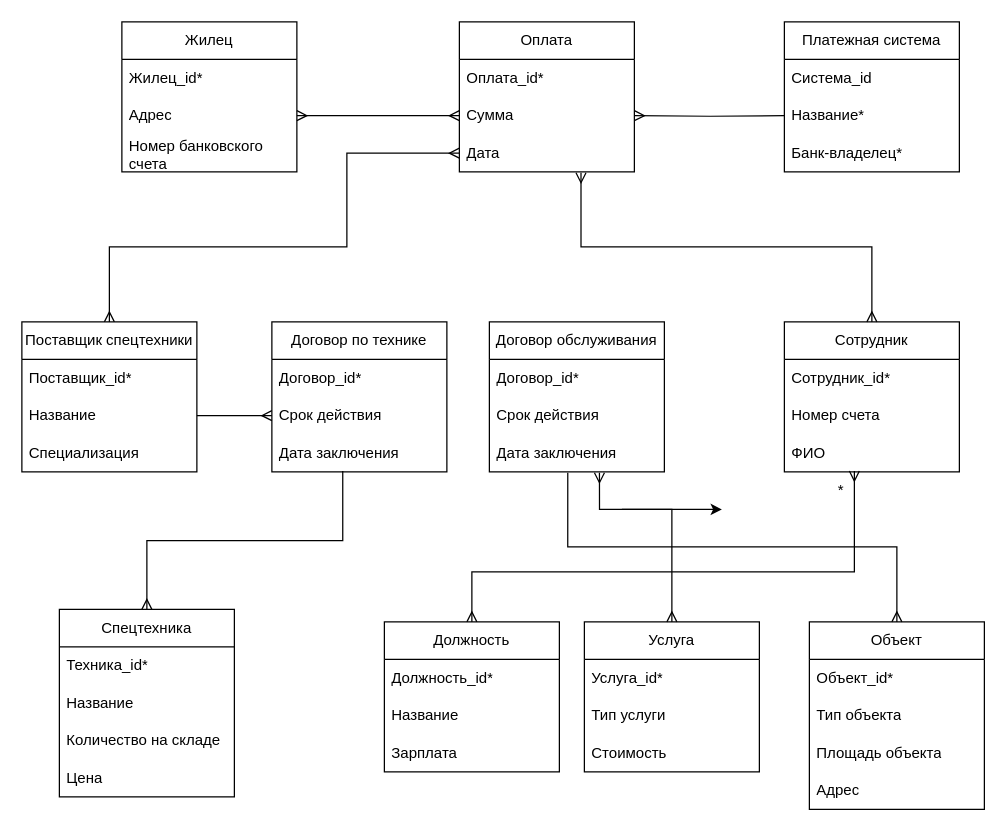
The draw.io diagram Untitled Diagram.drawio in Skullerd2/Test, before the edit. Source tidied: cells renumbered, new cells numbered last; positions are measured from the earlier drawing's top-left corner, leaving out a move shared by most shapes. Both pictures are drawn from the tidied source at 125%, with x=0, y=0 at pixel (21, 21).
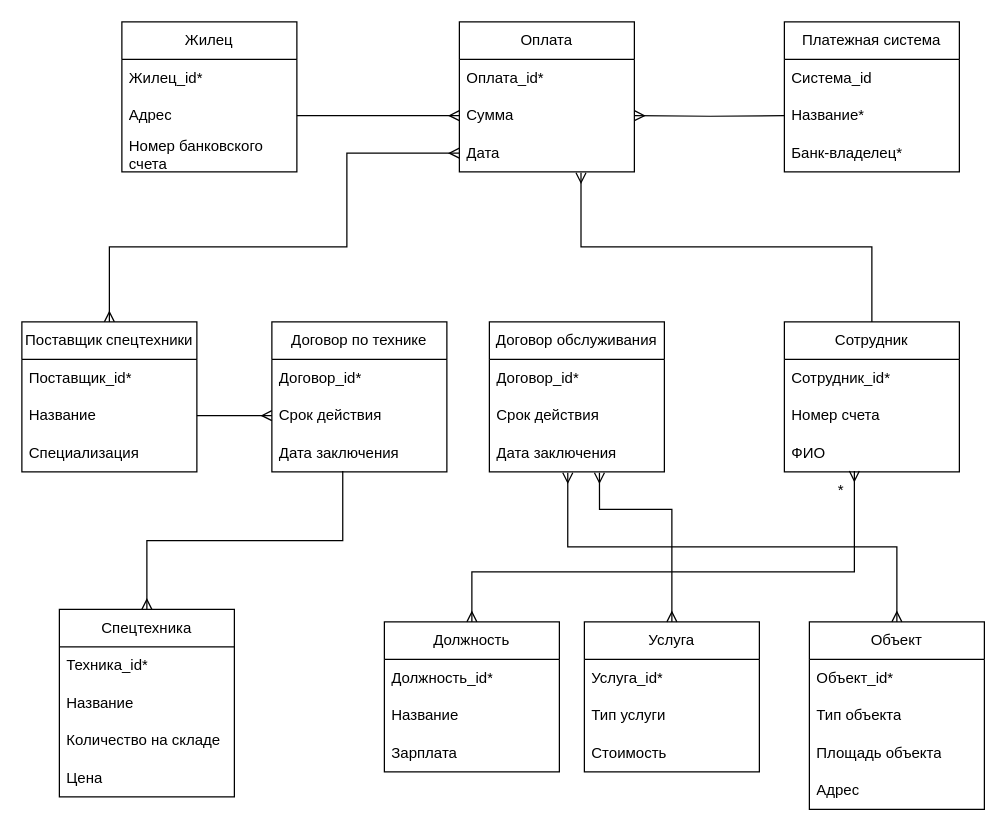
The same page after the edit.

Unchanged cells that the change refers to:
```xml
<mxCell id="4" value="Адрес" style="text;strokeColor=none;fillColor=none;align=left;verticalAlign=middle;spacingLeft=4;spacingRight=4;overflow=hidden;points=[[0,0.5],[1,0.5]];portConstraint=eastwest;whiteSpace=wrap;html=1;" parent="2" vertex="1">
  <mxGeometry y="60" width="140" height="30" as="geometry" />
</mxCell>
<mxCell id="13" value="Дата" style="text;strokeColor=none;fillColor=none;align=left;verticalAlign=middle;spacingLeft=4;spacingRight=4;overflow=hidden;points=[[0,0.5],[1,0.5]];portConstraint=eastwest;whiteSpace=wrap;html=1;" parent="10" vertex="1">
  <mxGeometry y="90" width="140" height="30" as="geometry" />
</mxCell>
<mxCell id="24" value="Объект" style="swimlane;fontStyle=0;horizontal=1;startSize=30;whiteSpace=wrap;html=1;" parent="1" vertex="1">
  <mxGeometry x="630" y="480" width="140" height="150" as="geometry" />
</mxCell>
<mxCell id="33" value="Сотрудник" style="swimlane;fontStyle=0;horizontal=1;startSize=30;whiteSpace=wrap;html=1;" parent="1" vertex="1">
  <mxGeometry x="610" y="240" width="140" height="120" as="geometry" />
</mxCell>
<mxCell id="52" value="Дата заключения" style="text;strokeColor=none;fillColor=none;align=left;verticalAlign=middle;spacingLeft=4;spacingRight=4;overflow=hidden;points=[[0,0.5],[1,0.5]];portConstraint=eastwest;whiteSpace=wrap;html=1;" parent="49" vertex="1">
  <mxGeometry y="90" width="140" height="30" as="geometry" />
</mxCell>
```

What changed in the source:
```diff
@@
-    <mxCell id="46" style="edgeStyle=orthogonalEdgeStyle;rounded=0;jettySize=auto;html=1;exitX=1;exitY=0.5;exitDx=0;exitDy=0;entryX=0;entryY=0.5;entryDx=0;entryDy=0;endArrow=ERmany;endFill=0;startArrow=ERmany;startFill=0;" parent="1" edge="1" source="4">
+    <mxCell id="46" style="edgeStyle=orthogonalEdgeStyle;rounded=0;jettySize=auto;html=1;exitX=1;exitY=0.5;exitDx=0;exitDy=0;entryX=0;entryY=0.5;entryDx=0;entryDy=0;endArrow=ERmany;endFill=0;startArrow=none;startFill=0;" parent="1" edge="1" source="4">
       <mxGeometry relative="1" as="geometry">
         <mxPoint x="350" y="75" as="targetPoint" />
       </mxGeometry>
     </mxCell>
@@
-    <mxCell id="53" style="edgeStyle=orthogonalEdgeStyle;rounded=0;jettySize=auto;html=1;exitX=0.5;exitY=0;exitDx=0;exitDy=0;entryX=0.448;entryY=1.022;entryDx=0;entryDy=0;entryPerimeter=0;endArrow=none;endFill=0;startFill=0;startArrow=ERmany;" parent="1" edge="1" source="24" target="52">
+    <mxCell id="53" style="edgeStyle=orthogonalEdgeStyle;rounded=0;jettySize=auto;html=1;exitX=0.5;exitY=0;exitDx=0;exitDy=0;entryX=0.448;entryY=1.022;entryDx=0;entryDy=0;entryPerimeter=0;endArrow=ERmany;endFill=0;startFill=0;startArrow=ERmany;" parent="1" edge="1" source="24" target="52">
       <mxGeometry relative="1" as="geometry" />
     </mxCell>
@@
-    <mxCell id="56" style="edgeStyle=orthogonalEdgeStyle;rounded=0;jettySize=auto;html=1;entryX=0.695;entryY=1.022;entryDx=0;entryDy=0;entryPerimeter=0;endArrow=ERmany;endFill=0;startArrow=ERmany;startFill=0;" parent="1" edge="1" source="33" target="13">
+    <mxCell id="56" style="edgeStyle=orthogonalEdgeStyle;rounded=0;jettySize=auto;html=1;entryX=0.695;entryY=1.022;entryDx=0;entryDy=0;entryPerimeter=0;endArrow=ERmany;endFill=0;startArrow=none;startFill=0;" parent="1" edge="1" source="33" target="13">
       <mxGeometry relative="1" as="geometry" />
     </mxCell>
@@
-    <mxCell id="58" style="edgeStyle=none;orthogonalLoop=1;jettySize=auto;html=1;rounded=0;" parent="1" edge="1">
-      <mxGeometry relative="1" as="geometry">
-        <mxPoint x="480" y="390" as="sourcePoint" />
-        <mxPoint x="560" y="390" as="targetPoint" />
-      </mxGeometry>
-    </mxCell>
```
